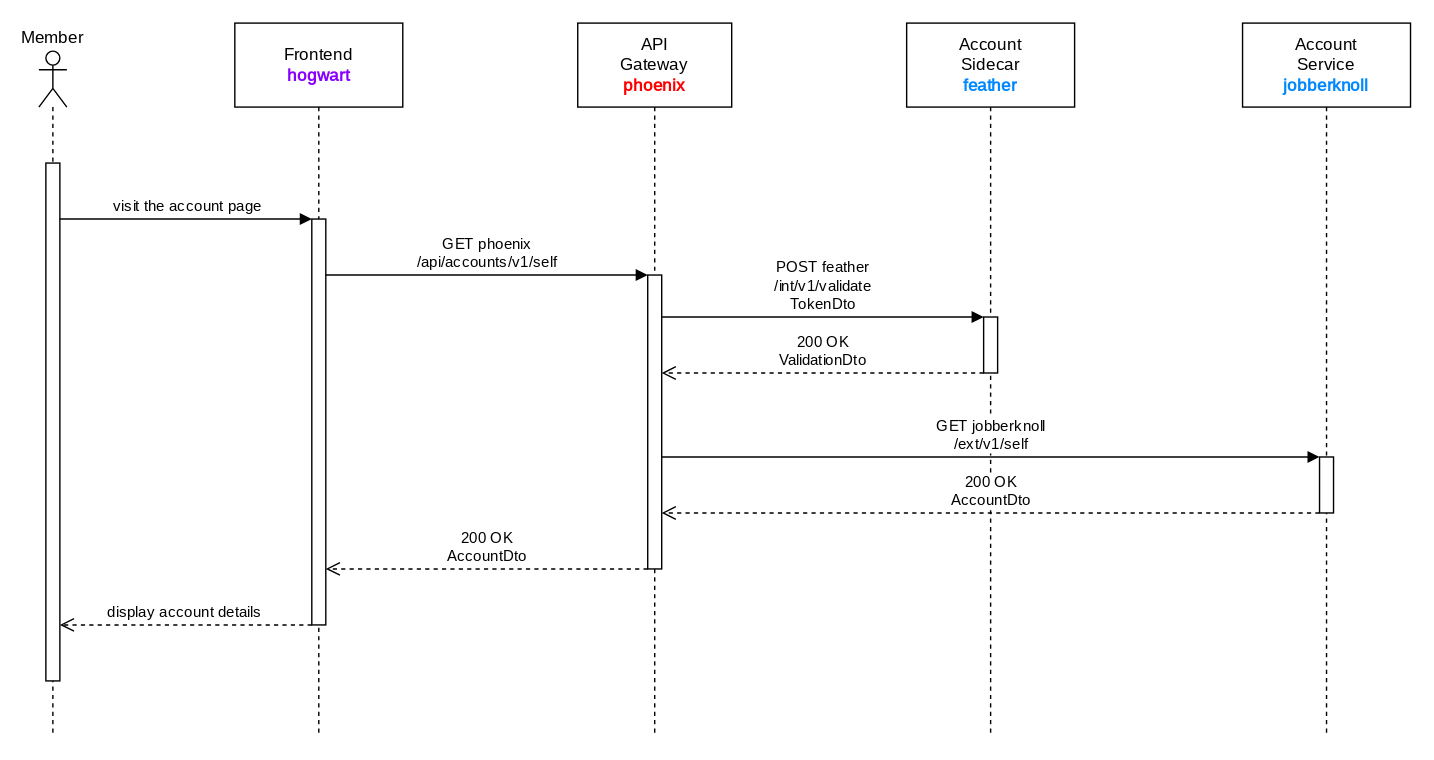
PWR-ACS-SE-24/SoftwareSystemDesign keeps this draw.io diagram as documentation/course/e2/images/sequence-diagram-jobberknoll-self.drawio.svg. Above is the earlier version. Source tidied: cells renumbered, new cells last; positions are measured from the earlier drawing's top-left corner, leaving out a move shared by most shapes. Its diagram source:
```xml
<mxGraphModel>
  <root>
    <mxCell id="0" />
    <mxCell id="1" parent="0" />
    <mxCell id="2" value="&lt;div&gt;Account&lt;/div&gt;&lt;div&gt;Service&lt;/div&gt;&lt;div&gt;&lt;font color=&quot;#0088ff&quot;&gt;&lt;b&gt;jobberknoll&lt;/b&gt;&lt;/font&gt;&lt;br&gt;&lt;/div&gt;" style="shape=umlLifeline;perimeter=lifelinePerimeter;whiteSpace=wrap;html=1;newEdgeStyle={&quot;curved&quot;:0,&quot;rounded&quot;:0};size=60;fontFamily=JetBrains Mono;fontSource=https%3A%2F%2Ffonts.googleapis.com%2Fcss%3Ffamily%3DJetBrains%2BMono;" parent="1" vertex="1">
      <mxGeometry x="860" width="120" height="510" as="geometry" />
    </mxCell>
    <mxCell id="3" style="html=1;points=[[0,0,0,0,5],[0,1,0,0,-5],[1,0,0,0,5],[1,1,0,0,-5]];perimeter=orthogonalPerimeter;outlineConnect=0;targetShapes=umlLifeline;portConstraint=eastwest;newEdgeStyle={&quot;curved&quot;:0,&quot;rounded&quot;:0};fontFamily=JetBrains Mono;fontSource=https%3A%2F%2Ffonts.googleapis.com%2Fcss%3Ffamily%3DJetBrains%2BMono;" parent="2" vertex="1">
      <mxGeometry x="55" y="310" width="10" height="40" as="geometry" />
    </mxCell>
    <mxCell id="4" value="&lt;div&gt;API&lt;/div&gt;&lt;div&gt;Gateway&lt;/div&gt;&lt;div&gt;&lt;b&gt;&lt;font color=&quot;#ff0000&quot;&gt;phoenix&lt;/font&gt;&lt;/b&gt;&lt;br&gt;&lt;/div&gt;" style="shape=umlLifeline;perimeter=lifelinePerimeter;whiteSpace=wrap;html=1;newEdgeStyle={&quot;curved&quot;:0,&quot;rounded&quot;:0};size=60;fontFamily=JetBrains Mono;fontSource=https%3A%2F%2Ffonts.googleapis.com%2Fcss%3Ffamily%3DJetBrains%2BMono;" parent="1" vertex="1">
      <mxGeometry x="385" width="110" height="510" as="geometry" />
    </mxCell>
    <mxCell id="5" style="html=1;points=[[0,0,0,0,5],[0,1,0,0,-5],[1,0,0,0,5],[1,1,0,0,-5]];perimeter=orthogonalPerimeter;outlineConnect=0;targetShapes=umlLifeline;portConstraint=eastwest;newEdgeStyle={&quot;curved&quot;:0,&quot;rounded&quot;:0};fontFamily=JetBrains Mono;fontSource=https%3A%2F%2Ffonts.googleapis.com%2Fcss%3Ffamily%3DJetBrains%2BMono;" parent="4" vertex="1">
      <mxGeometry x="50" y="180" width="10" height="210" as="geometry" />
    </mxCell>
    <mxCell id="6" value="&lt;div&gt;&lt;font style=&quot;font-size: 11px;&quot;&gt;GET phoenix&lt;/font&gt;&lt;/div&gt;&lt;div&gt;&lt;font style=&quot;font-size: 11px;&quot;&gt;/api/accounts/v1/self&lt;/font&gt;&lt;/div&gt;" style="html=1;verticalAlign=bottom;endArrow=block;curved=0;rounded=0;fontFamily=JetBrains Mono;fontSource=https%3A%2F%2Ffonts.googleapis.com%2Fcss%3Ffamily%3DJetBrains%2BMono;" parent="1" edge="1" source="8" target="5">
      <mxGeometry relative="1" as="geometry">
        <Array as="points">
          <mxPoint x="320" y="180" />
        </Array>
      </mxGeometry>
    </mxCell>
    <mxCell id="7" value="&lt;div&gt;Frontend&lt;/div&gt;&lt;div&gt;&lt;b&gt;&lt;font color=&quot;#8800ff&quot;&gt;hogwart&lt;/font&gt;&lt;/b&gt;&lt;br&gt;&lt;/div&gt;" style="shape=umlLifeline;perimeter=lifelinePerimeter;whiteSpace=wrap;html=1;newEdgeStyle={&quot;curved&quot;:0,&quot;rounded&quot;:0};size=60;fontFamily=JetBrains Mono;fontSource=https%3A%2F%2Ffonts.googleapis.com%2Fcss%3Ffamily%3DJetBrains%2BMono;" parent="1" vertex="1">
      <mxGeometry x="140" width="120" height="510" as="geometry" />
    </mxCell>
    <mxCell id="8" style="html=1;points=[[0,0,0,0,5],[0,1,0,0,-5],[1,0,0,0,5],[1,1,0,0,-5]];perimeter=orthogonalPerimeter;outlineConnect=0;targetShapes=umlLifeline;portConstraint=eastwest;newEdgeStyle={&quot;curved&quot;:0,&quot;rounded&quot;:0};fontFamily=JetBrains Mono;fontSource=https%3A%2F%2Ffonts.googleapis.com%2Fcss%3Ffamily%3DJetBrains%2BMono;" parent="7" vertex="1">
      <mxGeometry x="55" y="140" width="10" height="290" as="geometry" />
    </mxCell>
    <mxCell id="9" value="Member" style="shape=umlLifeline;perimeter=lifelinePerimeter;whiteSpace=wrap;html=1;newEdgeStyle={&quot;curved&quot;:0,&quot;rounded&quot;:0};participant=umlActor;labelPosition=center;verticalLabelPosition=top;align=center;verticalAlign=bottom;fontFamily=JetBrains Mono;fontSource=https%3A%2F%2Ffonts.googleapis.com%2Fcss%3Ffamily%3DJetBrains%2BMono;" parent="1" vertex="1">
      <mxGeometry y="20" width="20" height="490" as="geometry" />
    </mxCell>
    <mxCell id="10" style="html=1;points=[[0,0,0,0,5],[0,1,0,0,-5],[1,0,0,0,5],[1,1,0,0,-5]];perimeter=orthogonalPerimeter;outlineConnect=0;targetShapes=umlLifeline;portConstraint=eastwest;newEdgeStyle={&quot;curved&quot;:0,&quot;rounded&quot;:0};fontFamily=JetBrains Mono;fontSource=https%3A%2F%2Ffonts.googleapis.com%2Fcss%3Ffamily%3DJetBrains%2BMono;" parent="9" vertex="1">
      <mxGeometry x="5" y="80" width="10" height="370" as="geometry" />
    </mxCell>
    <mxCell id="11" value="visit the account page" style="html=1;verticalAlign=bottom;endArrow=block;curved=0;rounded=0;fontFamily=JetBrains Mono;fontSource=https%3A%2F%2Ffonts.googleapis.com%2Fcss%3Ffamily%3DJetBrains%2BMono;" parent="1" edge="1" source="10" target="8">
      <mxGeometry relative="1" as="geometry">
        <Array as="points">
          <mxPoint x="120" y="140" />
        </Array>
      </mxGeometry>
    </mxCell>
    <mxCell id="12" value="&lt;div&gt;200 OK&lt;/div&gt;&lt;div&gt;AccountDto&lt;br&gt;&lt;/div&gt;" style="html=1;verticalAlign=bottom;endArrow=open;dashed=1;endSize=8;curved=0;rounded=0;fontFamily=JetBrains Mono;fontSource=https%3A%2F%2Ffonts.googleapis.com%2Fcss%3Ffamily%3DJetBrains%2BMono;" parent="1" edge="1" source="5" target="8">
      <mxGeometry relative="1" as="geometry">
        <Array as="points">
          <mxPoint x="330" y="390" />
        </Array>
      </mxGeometry>
    </mxCell>
    <mxCell id="13" value="display account details" style="html=1;verticalAlign=bottom;endArrow=open;dashed=1;endSize=8;curved=0;rounded=0;fontFamily=JetBrains Mono;fontSource=https%3A%2F%2Ffonts.googleapis.com%2Fcss%3Ffamily%3DJetBrains%2BMono;" parent="1" edge="1" source="8" target="10">
      <mxGeometry relative="1" as="geometry">
        <Array as="points">
          <mxPoint x="150" y="430" />
        </Array>
      </mxGeometry>
    </mxCell>
    <mxCell id="14" value="&lt;div&gt;Account&lt;/div&gt;&lt;div&gt;Sidecar&lt;/div&gt;&lt;div&gt;&lt;font color=&quot;#0088ff&quot;&gt;&lt;b&gt;feather&lt;/b&gt;&lt;/font&gt;&lt;br&gt;&lt;/div&gt;" style="shape=umlLifeline;perimeter=lifelinePerimeter;whiteSpace=wrap;html=1;newEdgeStyle={&quot;curved&quot;:0,&quot;rounded&quot;:0};size=60;fontFamily=JetBrains Mono;fontSource=https%3A%2F%2Ffonts.googleapis.com%2Fcss%3Ffamily%3DJetBrains%2BMono;" parent="1" vertex="1">
      <mxGeometry x="620" width="120" height="510" as="geometry" />
    </mxCell>
    <mxCell id="15" style="html=1;points=[[0,0,0,0,5],[0,1,0,0,-5],[1,0,0,0,5],[1,1,0,0,-5]];perimeter=orthogonalPerimeter;outlineConnect=0;targetShapes=umlLifeline;portConstraint=eastwest;newEdgeStyle={&quot;curved&quot;:0,&quot;rounded&quot;:0};fontFamily=JetBrains Mono;fontSource=https%3A%2F%2Ffonts.googleapis.com%2Fcss%3Ffamily%3DJetBrains%2BMono;" parent="14" vertex="1">
      <mxGeometry x="55" y="210" width="10" height="40" as="geometry" />
    </mxCell>
    <mxCell id="16" value="&lt;div&gt;&lt;font style=&quot;font-size: 11px;&quot;&gt;POST feather&lt;/font&gt;&lt;/div&gt;&lt;div&gt;&lt;font style=&quot;font-size: 11px;&quot;&gt;/int/v1/validate&lt;/font&gt;&lt;/div&gt;&lt;div&gt;TokenDto&lt;br&gt;&lt;/div&gt;" style="html=1;verticalAlign=bottom;endArrow=block;curved=0;rounded=0;fontFamily=JetBrains Mono;fontSource=https%3A%2F%2Ffonts.googleapis.com%2Fcss%3Ffamily%3DJetBrains%2BMono;" parent="1" edge="1" source="5" target="15">
      <mxGeometry relative="1" as="geometry">
        <Array as="points">
          <mxPoint x="565" y="210" />
        </Array>
      </mxGeometry>
    </mxCell>
    <mxCell id="17" value="&lt;div&gt;200 OK&lt;/div&gt;&lt;div&gt;ValidationDto&lt;br&gt;&lt;/div&gt;" style="html=1;verticalAlign=bottom;endArrow=open;dashed=1;endSize=8;curved=0;rounded=0;fontFamily=JetBrains Mono;fontSource=https%3A%2F%2Ffonts.googleapis.com%2Fcss%3Ffamily%3DJetBrains%2BMono;" parent="1" edge="1" source="15" target="5">
      <mxGeometry relative="1" as="geometry">
        <Array as="points">
          <mxPoint x="560" y="250" />
        </Array>
      </mxGeometry>
    </mxCell>
    <mxCell id="18" value="&lt;div&gt;&lt;font&gt;GET jobberknoll&lt;/font&gt;&lt;/div&gt;&lt;div&gt;&lt;font&gt;/ext/v1/self&lt;/font&gt;&lt;/div&gt;" style="html=1;verticalAlign=bottom;endArrow=block;curved=0;rounded=0;fontFamily=JetBrains Mono;fontSource=https%3A%2F%2Ffonts.googleapis.com%2Fcss%3Ffamily%3DJetBrains%2BMono;" parent="1" edge="1" target="3">
      <mxGeometry relative="1" as="geometry">
        <mxPoint x="445" y="310" as="sourcePoint" />
        <Array as="points">
          <mxPoint x="600" y="310" />
        </Array>
      </mxGeometry>
    </mxCell>
    <mxCell id="19" value="&lt;div&gt;200 OK&lt;br&gt;&lt;/div&gt;&lt;div&gt;AccountDto&lt;br&gt;&lt;/div&gt;" style="html=1;verticalAlign=bottom;endArrow=open;dashed=1;endSize=8;curved=0;rounded=0;fontFamily=JetBrains Mono;fontSource=https%3A%2F%2Ffonts.googleapis.com%2Fcss%3Ffamily%3DJetBrains%2BMono;" parent="1" edge="1" source="3" target="5">
      <mxGeometry relative="1" as="geometry">
        <Array as="points">
          <mxPoint x="570" y="350" />
        </Array>
      </mxGeometry>
    </mxCell>
  </root>
</mxGraphModel>
```
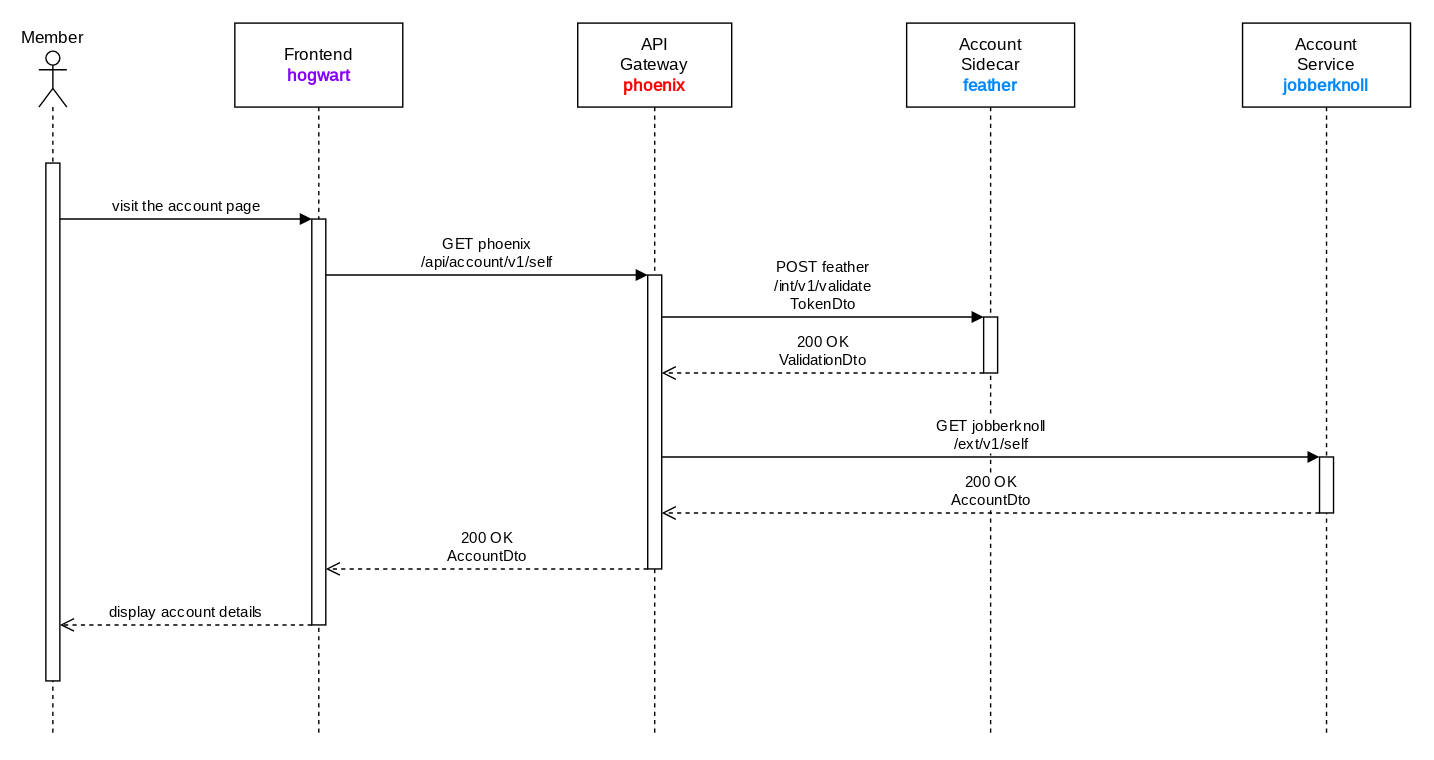
After the change.

Diff of the diagram source:
```diff
@@ -14,7 +14,7 @@
     <mxCell id="5" style="html=1;points=[[0,0,0,0,5],[0,1,0,0,-5],[1,0,0,0,5],[1,1,0,0,-5]];perimeter=orthogonalPerimeter;outlineConnect=0;targetShapes=umlLifeline;portConstraint=eastwest;newEdgeStyle={&quot;curved&quot;:0,&quot;rounded&quot;:0};fontFamily=JetBrains Mono;fontSource=https%3A%2F%2Ffonts.googleapis.com%2Fcss%3Ffamily%3DJetBrains%2BMono;" parent="4" vertex="1">
       <mxGeometry x="50" y="180" width="10" height="210" as="geometry" />
     </mxCell>
-    <mxCell id="6" value="&lt;div&gt;&lt;font style=&quot;font-size: 11px;&quot;&gt;GET phoenix&lt;/font&gt;&lt;/div&gt;&lt;div&gt;&lt;font style=&quot;font-size: 11px;&quot;&gt;/api/accounts/v1/self&lt;/font&gt;&lt;/div&gt;" style="html=1;verticalAlign=bottom;endArrow=block;curved=0;rounded=0;fontFamily=JetBrains Mono;fontSource=https%3A%2F%2Ffonts.googleapis.com%2Fcss%3Ffamily%3DJetBrains%2BMono;" parent="1" edge="1" source="8" target="5">
+    <mxCell id="6" value="&lt;div&gt;&lt;font style=&quot;font-size: 11px;&quot;&gt;GET phoenix&lt;/font&gt;&lt;/div&gt;&lt;div&gt;&lt;font style=&quot;font-size: 11px;&quot;&gt;/api/account/v1/self&lt;/font&gt;&lt;/div&gt;" style="html=1;verticalAlign=bottom;endArrow=block;curved=0;rounded=0;fontFamily=JetBrains Mono;fontSource=https%3A%2F%2Ffonts.googleapis.com%2Fcss%3Ffamily%3DJetBrains%2BMono;" parent="1" edge="1" source="8" target="5">
       <mxGeometry relative="1" as="geometry">
         <Array as="points">
           <mxPoint x="320" y="180" />
```
